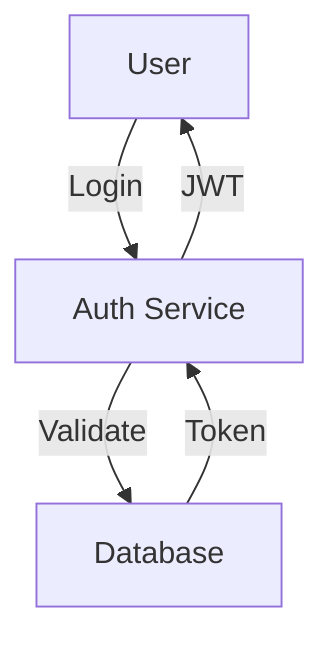
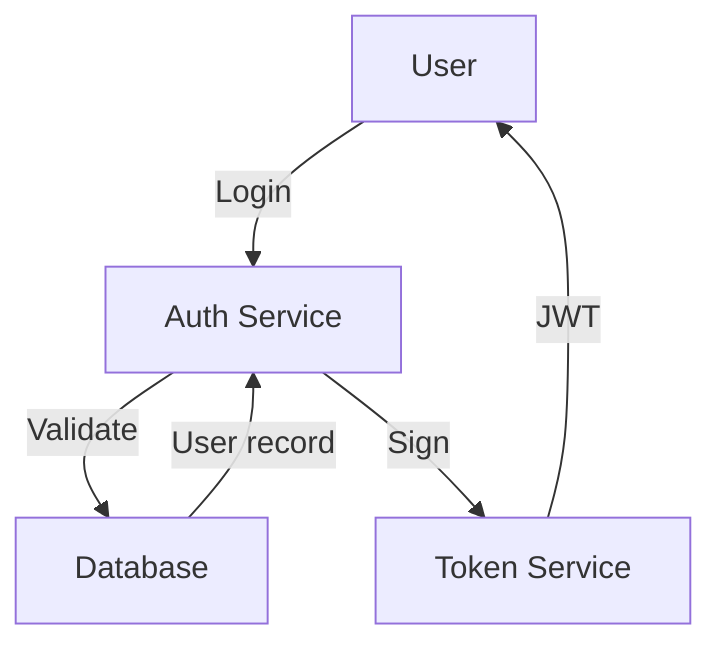
graph TD
    A[User] -->|Login| B[Auth Service]
    B -->|Validate| C[Database]
-     C -->|Token| B
-     B -->|JWT| A
+     C -->|User record| B
+     B -->|Sign| D[Token Service]
+     D -->|JWT| A
